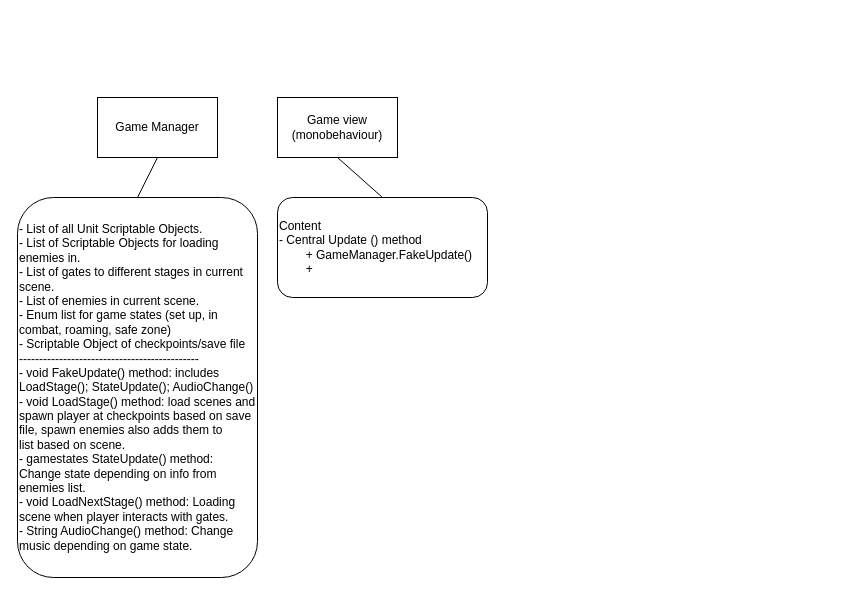
The draw.io diagram Untitled Diagram.drawio in critschris/Attempt-at-Hollow-knight, before the edit. Source tidied: cells renumbered, new cells numbered last; positions are measured from the earlier drawing's top-left corner, leaving out a move shared by most shapes. Both pictures are drawn from the tidied source at 100%, with x=0, y=0 at pixel (17, 97).
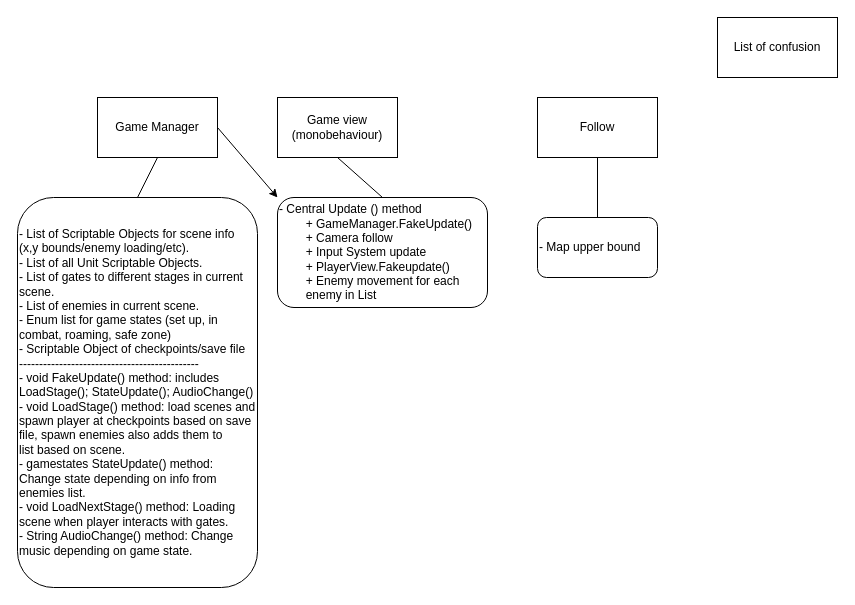
After the change.

The edit, as a diff of the source:
```diff
@@
 <mxGraphModel>
   <root>
     <mxCell id="0" />
     <mxCell id="1" parent="0" />
     <mxCell id="2" value="Game Manager" style="rounded=0;whiteSpace=wrap;html=1;" parent="1" vertex="1">
       <mxGeometry x="80" width="120" height="60" as="geometry" />
     </mxCell>
-    <mxCell id="3" value="&lt;div&gt;- List of all Unit Scriptable Objects.&lt;/div&gt;&lt;div&gt;- List of Scriptable Objects for loading enemies in.&lt;/div&gt;&lt;div&gt;- List of gates to different stages in current scene.&lt;/div&gt;&lt;div&gt;- List of enemies in current scene.&lt;br&gt;&lt;/div&gt;&lt;div&gt;- Enum list for game states (set up, in combat, roaming, safe zone)&lt;/div&gt;&lt;div&gt;- Scriptable Object of checkpoints/save file&lt;/div&gt;&lt;div&gt;---------------------------------------------&lt;/div&gt;&lt;div&gt;- void FakeUpdate() method: includes LoadStage(); StateUpdate(); AudioChange()&lt;/div&gt;&lt;div&gt;- void LoadStage() method: load scenes and spawn player at checkpoints&amp;nbsp;&lt;span style=&quot;background-color: initial;&quot;&gt;based on save file&lt;/span&gt;&lt;span style=&quot;background-color: initial;&quot;&gt;, spawn enemies also adds them to list&amp;nbsp;&lt;/span&gt;&lt;span style=&quot;background-color: initial;&quot;&gt;based on scene&lt;/span&gt;&lt;span style=&quot;background-color: initial;&quot;&gt;.&lt;/span&gt;&lt;/div&gt;&lt;div&gt;- gamestates StateUpdate() method: Change state depending on info from enemies list.&lt;/div&gt;&lt;div&gt;- void LoadNextStage() method: Loading scene when player interacts with gates.&lt;/div&gt;&lt;div&gt;- String AudioChange() method: Change music depending on game state.&lt;/div&gt;" style="rounded=1;whiteSpace=wrap;html=1;align=left;" parent="1" vertex="1">
-      <mxGeometry y="100" width="240" height="380" as="geometry" />
+    <mxCell id="3" value="&lt;div&gt;- List of Scriptable Objects for scene info (x,y bounds/enemy loading/etc).&lt;/div&gt;&lt;div&gt;- List of all Unit Scriptable Objects.&lt;/div&gt;&lt;div&gt;- List of gates to different stages in current scene.&lt;/div&gt;&lt;div&gt;- List of enemies in current scene.&lt;br&gt;&lt;/div&gt;&lt;div&gt;- Enum list for game states (set up, in combat, roaming, safe zone)&lt;/div&gt;&lt;div&gt;- Scriptable Object of checkpoints/save file&lt;/div&gt;&lt;div&gt;---------------------------------------------&lt;/div&gt;&lt;div&gt;- void FakeUpdate() method: includes LoadStage(); StateUpdate(); AudioChange()&lt;/div&gt;&lt;div&gt;- void LoadStage() method: load scenes and spawn player at checkpoints&amp;nbsp;&lt;span style=&quot;background-color: initial;&quot;&gt;based on save file&lt;/span&gt;&lt;span style=&quot;background-color: initial;&quot;&gt;, spawn enemies also adds them to list&amp;nbsp;&lt;/span&gt;&lt;span style=&quot;background-color: initial;&quot;&gt;based on scene&lt;/span&gt;&lt;span style=&quot;background-color: initial;&quot;&gt;.&lt;/span&gt;&lt;/div&gt;&lt;div&gt;- gamestates StateUpdate() method: Change state depending on info from enemies list.&lt;/div&gt;&lt;div&gt;- void LoadNextStage() method: Loading scene when player interacts with gates.&lt;/div&gt;&lt;div&gt;- String AudioChange() method: Change music depending on game state.&lt;/div&gt;" style="rounded=1;whiteSpace=wrap;html=1;align=left;" parent="1" vertex="1">
+      <mxGeometry y="100" width="240" height="390" as="geometry" />
     </mxCell>
     <mxCell id="4" style="endArrow=none;html=1;rounded=0;exitX=0.5;exitY=0;exitDx=0;exitDy=0;entryX=0.5;entryY=1;entryDx=0;entryDy=0;" parent="1" edge="1" source="3" target="2">
       <mxGeometry relative="1" as="geometry" />
     </mxCell>
     <mxCell id="5" value="Game view (monobehaviour)" style="rounded=0;whiteSpace=wrap;html=1;" parent="1" vertex="1">
       <mxGeometry x="260" width="120" height="60" as="geometry" />
     </mxCell>
-    <mxCell id="6" value="Content&lt;div&gt;- Central Update () method&lt;/div&gt;&lt;div&gt;&lt;span style=&quot;white-space: pre;&quot;&gt;&#9;&lt;/span&gt;+ GameManager.FakeUpdate()&lt;br&gt;&lt;/div&gt;&lt;div&gt;&lt;span style=&quot;white-space: pre;&quot;&gt;&#9;&lt;/span&gt;+&amp;nbsp;&lt;br&gt;&lt;/div&gt;" style="rounded=1;whiteSpace=wrap;html=1;align=left;" parent="1" vertex="1">
-      <mxGeometry x="260" y="100" width="210" height="100" as="geometry" />
+    <mxCell id="6" value="&lt;div&gt;- Central Update () method&lt;/div&gt;&lt;div&gt;&lt;span style=&quot;white-space: pre;&quot;&gt;&#9;&lt;/span&gt;+ GameManager.FakeUpdate()&lt;br&gt;&lt;/div&gt;&lt;div&gt;&lt;span style=&quot;white-space: pre;&quot;&gt;&#9;&lt;/span&gt;+ Camera follow&lt;br&gt;&lt;/div&gt;&lt;div&gt;&lt;span style=&quot;white-space: pre;&quot;&gt;&#9;&lt;/span&gt;+ Input System update&lt;br&gt;&lt;/div&gt;&lt;div&gt;&lt;span style=&quot;white-space: pre;&quot;&gt;&#9;&lt;/span&gt;+ PlayerView.Fakeupdate()&lt;br&gt;&lt;/div&gt;&lt;div&gt;&lt;span style=&quot;white-space: pre;&quot;&gt;&#9;&lt;/span&gt;+ Enemy movement for each &lt;span style=&quot;white-space: pre;&quot;&gt;&#9;&lt;/span&gt;enemy in List&lt;br&gt;&lt;/div&gt;" style="rounded=1;whiteSpace=wrap;html=1;align=left;" parent="1" vertex="1">
+      <mxGeometry x="260" y="100" width="210" height="110" as="geometry" />
     </mxCell>
     <mxCell id="7" style="endArrow=none;html=1;rounded=0;exitX=0.5;exitY=1;exitDx=0;exitDy=0;entryX=0.5;entryY=0;entryDx=0;entryDy=0;" parent="1" edge="1" source="5" target="6">
       <mxGeometry relative="1" as="geometry" />
     </mxCell>
+    <mxCell id="8" value="List of confusion" style="rounded=0;whiteSpace=wrap;html=1;" parent="1" vertex="1">
+      <mxGeometry x="700" y="-80" width="120" height="60" as="geometry" />
+    </mxCell>
+    <mxCell id="9" style="endArrow=classic;html=1;rounded=0;exitX=1;exitY=0.5;exitDx=0;exitDy=0;entryX=0;entryY=0;entryDx=0;entryDy=0;" parent="1" edge="1" source="2" target="6">
+      <mxGeometry relative="1" as="geometry" />
+    </mxCell>
+    <mxCell id="10" value="Follow" style="rounded=0;whiteSpace=wrap;html=1;" parent="1" vertex="1">
+      <mxGeometry x="520" width="120" height="60" as="geometry" />
+    </mxCell>
+    <mxCell id="11" value="- Map upper bound" style="rounded=1;whiteSpace=wrap;html=1;align=left;" parent="1" vertex="1">
+      <mxGeometry x="520" y="120" width="120" height="60" as="geometry" />
+    </mxCell>
+    <mxCell id="12" style="endArrow=none;html=1;rounded=0;exitX=0.5;exitY=0;exitDx=0;exitDy=0;entryX=0.5;entryY=1;entryDx=0;entryDy=0;" parent="1" edge="1" source="11" target="10">
+      <mxGeometry relative="1" as="geometry" />
+    </mxCell>
   </root>
 </mxGraphModel>
```
